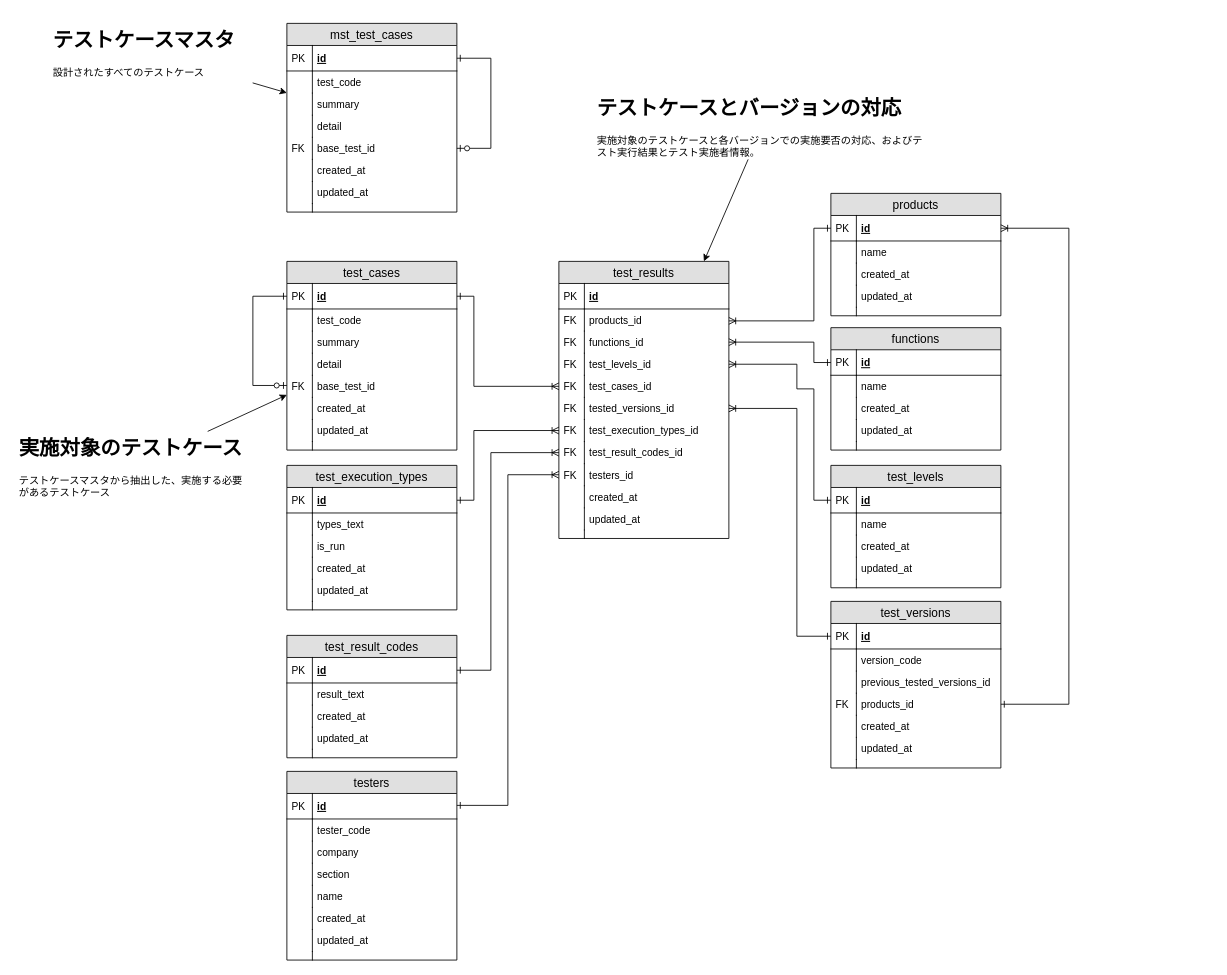
Above: doc/design/db/Database_ER.drawio in CountrySideEngineer/TestResultManager (draw.io), before the change. Source tidied: cells renumbered, new cells numbered last; positions are measured from the earlier drawing's top-left corner, leaving out a move shared by most shapes. Both pictures are drawn from the tidied source at 85%, with x=0, y=0 at pixel (14, 23).
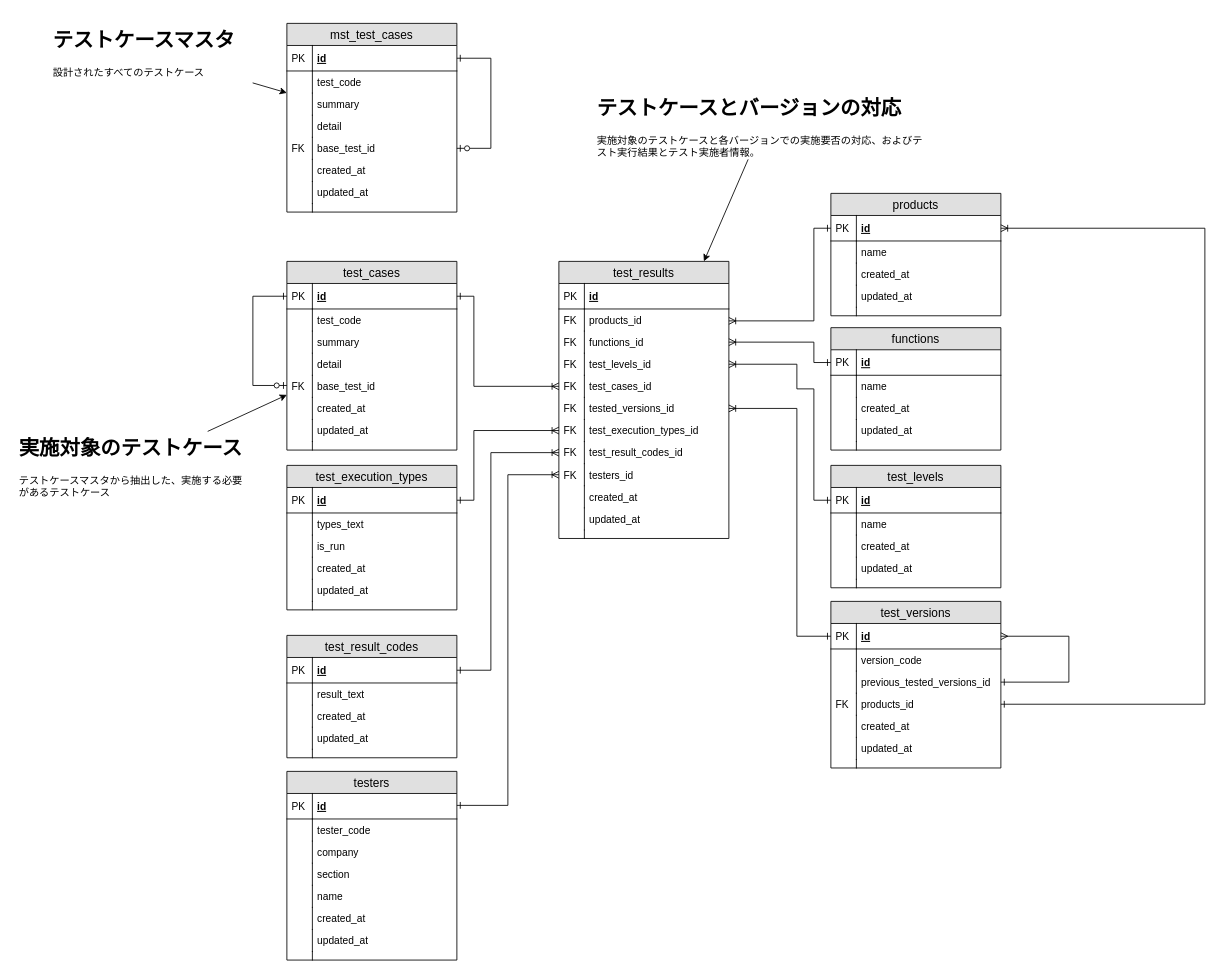
Above is the later version.

Commit message:
Update db design document.

Unchanged cells that the change refers to:
```xml
<mxCell id="2" value="test_versions" style="swimlane;fontStyle=0;horizontal=1;startSize=26;fillColor=#e0e0e0;swimlaneFillColor=#ffffff;align=center;fontSize=14;" parent="1" vertex="1">
  <mxGeometry x="960" y="680" width="200" height="196" as="geometry" />
</mxCell>
<mxCell id="3" value="id" style="shape=partialRectangle;top=0;left=0;right=0;bottom=1;align=left;verticalAlign=middle;fillColor=none;spacingLeft=34;spacingRight=4;overflow=hidden;points=[[0,0.5],[1,0.5]];portConstraint=eastwest;fontStyle=5;fontSize=12;" parent="2" vertex="1">
  <mxGeometry y="26" width="200" height="30" as="geometry" />
</mxCell>
<mxCell id="7" value="previous_tested_versions_id" style="shape=partialRectangle;top=0;left=0;right=0;bottom=0;align=left;verticalAlign=top;fillColor=none;spacingLeft=34;spacingRight=4;overflow=hidden;points=[[0,0.5],[1,0.5]];portConstraint=eastwest;fontSize=12;" parent="2" vertex="1">
  <mxGeometry y="82" width="200" height="26" as="geometry" />
</mxCell>
<mxCell id="9" value="products_id" style="shape=partialRectangle;top=0;left=0;right=0;bottom=0;align=left;verticalAlign=top;fillColor=none;spacingLeft=34;spacingRight=4;overflow=hidden;points=[[0,0.5],[1,0.5]];portConstraint=eastwest;fontSize=12;" parent="2" vertex="1">
  <mxGeometry y="108" width="200" height="26" as="geometry" />
</mxCell>
<mxCell id="131" value="id" style="shape=partialRectangle;top=0;left=0;right=0;bottom=1;align=left;verticalAlign=middle;fillColor=none;spacingLeft=34;spacingRight=4;overflow=hidden;points=[[0,0.5],[1,0.5]];portConstraint=eastwest;fontStyle=5;fontSize=12;" parent="130" vertex="1">
  <mxGeometry y="26" width="200" height="30" as="geometry" />
</mxCell>
```

Change to the diagram source:
```diff
@@
+    <mxCell id="167" style="edgeStyle=orthogonalEdgeStyle;rounded=0;jettySize=auto;html=1;endArrow=ERmany;endFill=0;startArrow=ERone;startFill=0;" parent="2" edge="1" source="7" target="3">
+      <mxGeometry relative="1" as="geometry">
+        <Array as="points">
+          <mxPoint x="280" y="95" />
+          <mxPoint x="280" y="41" />
+        </Array>
+      </mxGeometry>
+    </mxCell>
@@
     <mxCell id="166" style="edgeStyle=orthogonalEdgeStyle;rounded=0;jettySize=auto;html=1;endArrow=ERone;endFill=0;startArrow=ERoneToMany;startFill=0;" parent="1" edge="1" source="131" target="9">
       <mxGeometry relative="1" as="geometry">
         <Array as="points">
-          <mxPoint x="1240" y="241" />
-          <mxPoint x="1240" y="801" />
+          <mxPoint x="1400" y="241" />
+          <mxPoint x="1400" y="801" />
         </Array>
       </mxGeometry>
     </mxCell>
```
